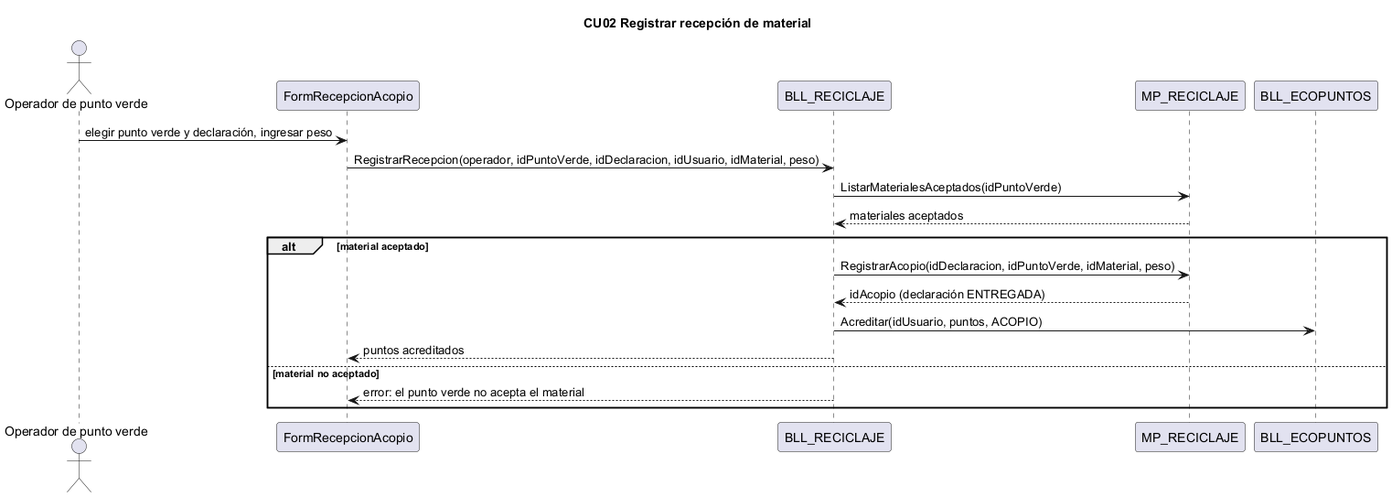
Above: docs/diagramas/secuencias_png/CU02.png in L-Muniz/uai-diploma_2026 (PlantUML), before the change. The source it was exported from:
```plantuml
@startuml CU02
title CU02 Registrar recepción de material
actor "Operador de punto verde" as Op
participant "FormRecepcionAcopio" as IU
participant "BLL_RECICLAJE" as BLL
participant "MP_RECICLAJE" as DAL
participant "BLL_ECOPUNTOS" as EP
Op -> IU : elegir punto verde y declaración, ingresar peso
IU -> BLL : RegistrarRecepcion(operador, idPuntoVerde, idDeclaracion, idUsuario, idMaterial, peso)
BLL -> DAL : ListarMaterialesAceptados(idPuntoVerde)
DAL --> BLL : materiales aceptados
alt material aceptado
  BLL -> DAL : RegistrarAcopio(idDeclaracion, idPuntoVerde, idMaterial, peso)
  DAL --> BLL : idAcopio (declaración ENTREGADA)
  BLL -> EP : Acreditar(idUsuario, puntos, ACOPIO)
  BLL --> IU : puntos acreditados
else material no aceptado
  BLL --> IU : error: el punto verde no acepta el material
end
@enduml
```
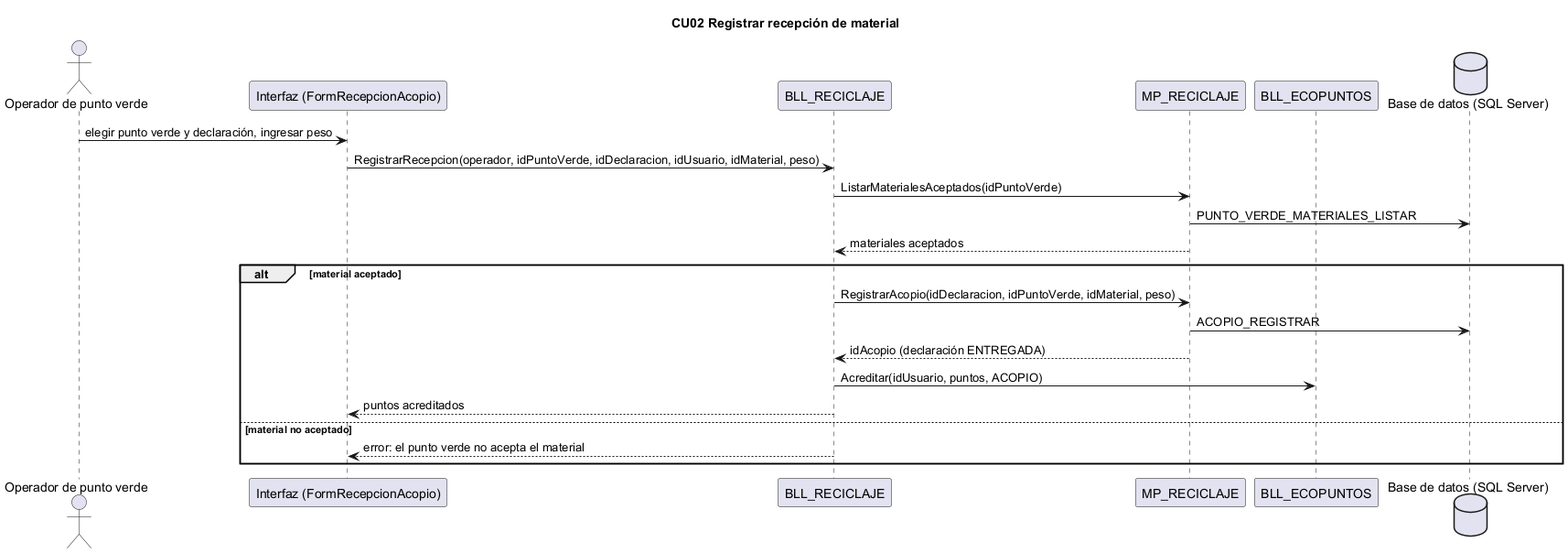
After the commit.

What changed in the source:
```diff
@@ -1,16 +1,19 @@
 @startuml CU02
 title CU02 Registrar recepción de material
 actor "Operador de punto verde" as Op
-participant "FormRecepcionAcopio" as IU
+participant "Interfaz (FormRecepcionAcopio)" as IU
 participant "BLL_RECICLAJE" as BLL
 participant "MP_RECICLAJE" as DAL
 participant "BLL_ECOPUNTOS" as EP
+database "Base de datos (SQL Server)" as BD
 Op -> IU : elegir punto verde y declaración, ingresar peso
 IU -> BLL : RegistrarRecepcion(operador, idPuntoVerde, idDeclaracion, idUsuario, idMaterial, peso)
 BLL -> DAL : ListarMaterialesAceptados(idPuntoVerde)
+DAL -> BD : PUNTO_VERDE_MATERIALES_LISTAR
 DAL --> BLL : materiales aceptados
 alt material aceptado
   BLL -> DAL : RegistrarAcopio(idDeclaracion, idPuntoVerde, idMaterial, peso)
+DAL -> BD : ACOPIO_REGISTRAR
   DAL --> BLL : idAcopio (declaración ENTREGADA)
   BLL -> EP : Acreditar(idUsuario, puntos, ACOPIO)
   BLL --> IU : puntos acreditados
```
